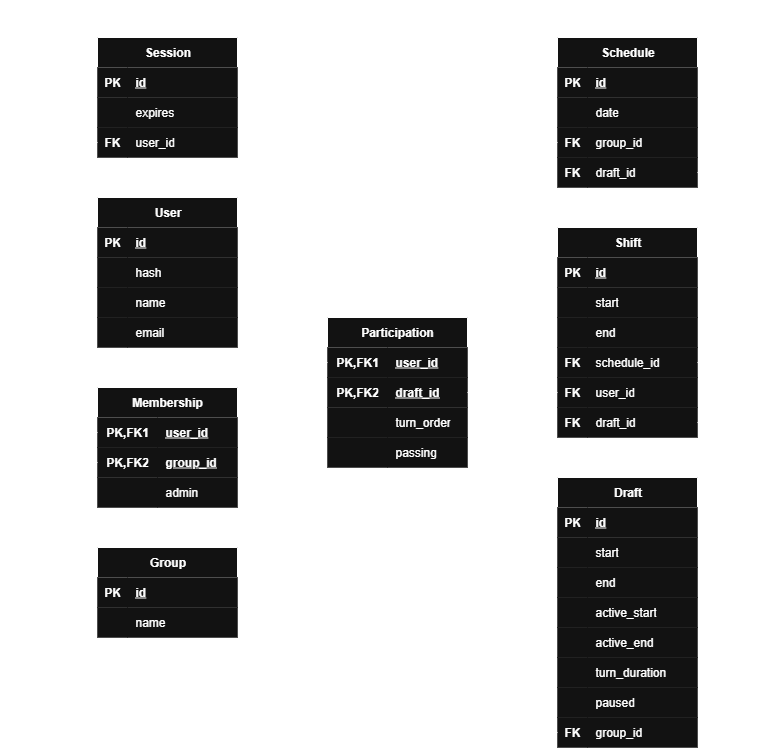
The draw.io diagram documentation/database-schema.png in AaronOwensSE/shiftER, before a commit. Source tidied: cells renumbered, new cells last; positions are measured from the earlier drawing's top-left corner, leaving out a move shared by most shapes.
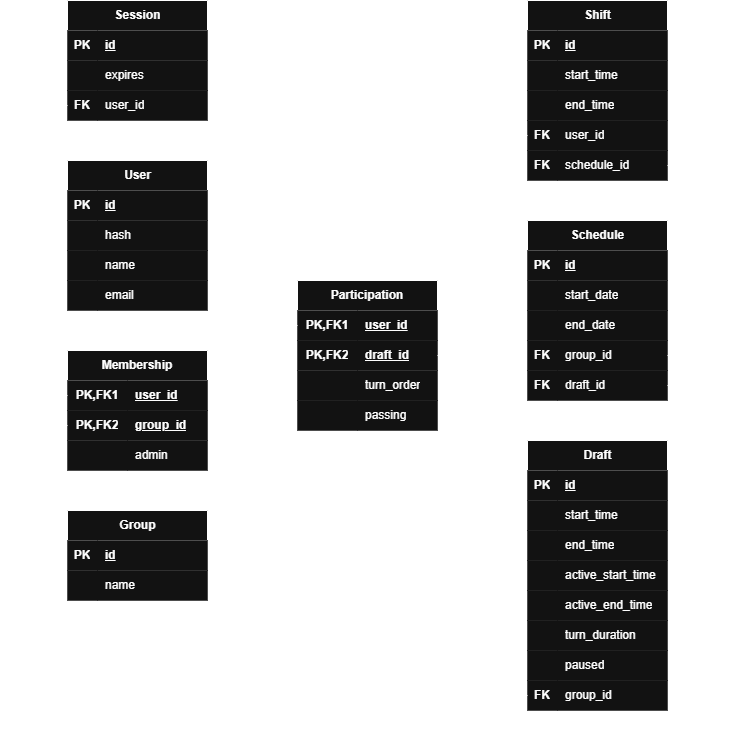
Later version of the same file.

Commit message:
docs: Update database diagrams.

The edit, as a diff of the source:
```diff
@@ -110,7 +110,7 @@
     <mxCell id="37" style="shape=partialRectangle;top=0;left=0;bottom=0;right=0;overflow=hidden;whiteSpace=wrap;html=1;" parent="36" vertex="1">
       <mxGeometry width="30" height="30" as="geometry" />
     </mxCell>
-    <mxCell id="38" value="start" style="shape=partialRectangle;top=0;left=0;bottom=0;right=0;align=left;spacingLeft=6;overflow=hidden;whiteSpace=wrap;html=1;" parent="36" vertex="1">
+    <mxCell id="38" value="start_time" style="shape=partialRectangle;top=0;left=0;bottom=0;right=0;align=left;spacingLeft=6;overflow=hidden;whiteSpace=wrap;html=1;" parent="36" vertex="1">
       <mxGeometry x="30" width="110" height="30" as="geometry" />
     </mxCell>
     <mxCell id="39" style="shape=tableRow;horizontal=0;startSize=0;swimlaneHead=0;swimlaneBody=0;top=0;left=0;right=0;bottom=0;" parent="32" vertex="1">
@@ -119,7 +119,7 @@
     <mxCell id="40" style="shape=partialRectangle;top=0;left=0;bottom=0;right=0;overflow=hidden;whiteSpace=wrap;html=1;" parent="39" vertex="1">
       <mxGeometry width="30" height="30" as="geometry" />
     </mxCell>
-    <mxCell id="41" value="end" style="shape=partialRectangle;top=0;left=0;bottom=0;right=0;align=left;spacingLeft=6;overflow=hidden;whiteSpace=wrap;html=1;" parent="39" vertex="1">
+    <mxCell id="41" value="end_time" style="shape=partialRectangle;top=0;left=0;bottom=0;right=0;align=left;spacingLeft=6;overflow=hidden;whiteSpace=wrap;html=1;" parent="39" vertex="1">
       <mxGeometry x="30" width="110" height="30" as="geometry" />
     </mxCell>
     <mxCell id="42" style="shape=tableRow;horizontal=0;startSize=0;swimlaneHead=0;swimlaneBody=0;top=0;left=0;right=0;bottom=0;" parent="32" vertex="1">
@@ -128,7 +128,7 @@
     <mxCell id="43" style="shape=partialRectangle;top=0;left=0;bottom=0;right=0;overflow=hidden;whiteSpace=wrap;html=1;" parent="42" vertex="1">
       <mxGeometry width="30" height="30" as="geometry" />
     </mxCell>
-    <mxCell id="44" value="active_start" style="shape=partialRectangle;top=0;left=0;bottom=0;right=0;align=left;spacingLeft=6;overflow=hidden;whiteSpace=wrap;html=1;" parent="42" vertex="1">
+    <mxCell id="44" value="active_start_time" style="shape=partialRectangle;top=0;left=0;bottom=0;right=0;align=left;spacingLeft=6;overflow=hidden;whiteSpace=wrap;html=1;" parent="42" vertex="1">
       <mxGeometry x="30" width="110" height="30" as="geometry" />
     </mxCell>
     <mxCell id="45" style="shape=tableRow;horizontal=0;startSize=0;swimlaneHead=0;swimlaneBody=0;top=0;left=0;right=0;bottom=0;" parent="32" vertex="1">
@@ -137,7 +137,7 @@
     <mxCell id="46" style="shape=partialRectangle;top=0;left=0;bottom=0;right=0;overflow=hidden;whiteSpace=wrap;html=1;" parent="45" vertex="1">
       <mxGeometry width="30" height="30" as="geometry" />
     </mxCell>
-    <mxCell id="47" value="active_end" style="shape=partialRectangle;top=0;left=0;bottom=0;right=0;align=left;spacingLeft=6;overflow=hidden;whiteSpace=wrap;html=1;" parent="45" vertex="1">
+    <mxCell id="47" value="active_end_time" style="shape=partialRectangle;top=0;left=0;bottom=0;right=0;align=left;spacingLeft=6;overflow=hidden;whiteSpace=wrap;html=1;" parent="45" vertex="1">
       <mxGeometry x="30" width="110" height="30" as="geometry" />
     </mxCell>
     <mxCell id="48" style="shape=tableRow;horizontal=0;startSize=0;swimlaneHead=0;swimlaneBody=0;top=0;left=0;right=0;bottom=0;" parent="32" vertex="1">
@@ -168,7 +168,7 @@
       <mxGeometry x="30" width="110" height="30" as="geometry" />
     </mxCell>
     <mxCell id="57" value="Schedule" style="shape=table;startSize=30;rowLines=0;fontStyle=1;align=center;html=1;swimlaneFillColor=none;" parent="1" vertex="1">
-      <mxGeometry x="550" y="30" width="140" height="150" as="geometry" />
+      <mxGeometry x="550" y="250" width="140" height="180" as="geometry" />
     </mxCell>
     <mxCell id="58" style="shape=tableRow;horizontal=0;startSize=0;swimlaneHead=0;swimlaneBody=0;points=[[0,0.5],[1,0.5]];portConstraint=eastwest;top=0;left=0;right=0;bottom=1;" parent="57" vertex="1">
       <mxGeometry y="30" width="140" height="30" as="geometry" />
@@ -185,11 +185,20 @@
     <mxCell id="62" style="shape=partialRectangle;top=0;left=0;bottom=0;right=0;overflow=hidden;whiteSpace=wrap;html=1;" parent="61" vertex="1">
       <mxGeometry width="30" height="30" as="geometry" />
     </mxCell>
-    <mxCell id="63" value="date" style="shape=partialRectangle;top=0;left=0;bottom=0;right=0;align=left;spacingLeft=6;overflow=hidden;whiteSpace=wrap;html=1;" parent="61" vertex="1">
+    <mxCell id="63" value="start_date" style="shape=partialRectangle;top=0;left=0;bottom=0;right=0;align=left;spacingLeft=6;overflow=hidden;whiteSpace=wrap;html=1;" parent="61" vertex="1">
       <mxGeometry x="30" width="110" height="30" as="geometry" />
     </mxCell>
+    <mxCell id="123" style="shape=tableRow;horizontal=0;startSize=0;swimlaneHead=0;swimlaneBody=0;top=0;left=0;right=0;bottom=0;" parent="57" vertex="1">
+      <mxGeometry y="90" width="140" height="30" as="geometry" />
+    </mxCell>
+    <mxCell id="124" style="shape=partialRectangle;top=0;left=0;bottom=0;right=0;overflow=hidden;whiteSpace=wrap;html=1;" parent="123" vertex="1">
+      <mxGeometry width="30" height="30" as="geometry" />
+    </mxCell>
+    <mxCell id="125" value="end_date" style="shape=partialRectangle;top=0;left=0;bottom=0;right=0;align=left;spacingLeft=6;overflow=hidden;whiteSpace=wrap;html=1;" parent="123" vertex="1">
+      <mxGeometry x="30" width="110" height="30" as="geometry" />
+    </mxCell>
     <mxCell id="64" style="shape=tableRow;horizontal=0;startSize=0;swimlaneHead=0;swimlaneBody=0;points=[[0,0.5],[1,0.5]];portConstraint=eastwest;top=0;left=0;right=0;bottom=0;" parent="57" vertex="1">
-      <mxGeometry y="90" width="140" height="30" as="geometry" />
+      <mxGeometry y="120" width="140" height="30" as="geometry" />
     </mxCell>
     <mxCell id="65" value="FK" style="shape=partialRectangle;top=0;left=0;bottom=0;right=0;overflow=hidden;whiteSpace=wrap;html=1;fontStyle=1;" parent="64" vertex="1">
       <mxGeometry width="30" height="30" as="geometry" />
@@ -198,7 +207,7 @@
       <mxGeometry x="30" width="110" height="30" as="geometry" />
     </mxCell>
     <mxCell id="67" style="shape=tableRow;horizontal=0;startSize=0;swimlaneHead=0;swimlaneBody=0;points=[[0,0.5],[1,0.5]];portConstraint=eastwest;top=0;left=0;right=0;bottom=0;" parent="57" vertex="1">
-      <mxGeometry y="120" width="140" height="30" as="geometry" />
+      <mxGeometry y="150" width="140" height="30" as="geometry" />
     </mxCell>
     <mxCell id="68" value="&lt;b&gt;FK&lt;/b&gt;" style="shape=partialRectangle;top=0;left=0;bottom=0;right=0;overflow=hidden;whiteSpace=wrap;html=1;" parent="67" vertex="1">
       <mxGeometry width="30" height="30" as="geometry" />
@@ -207,7 +216,7 @@
       <mxGeometry x="30" width="110" height="30" as="geometry" />
     </mxCell>
     <mxCell id="70" value="Shift" style="shape=table;startSize=30;rowLines=0;fontStyle=1;align=center;html=1;" parent="1" vertex="1">
-      <mxGeometry x="550" y="220" width="140" height="210" as="geometry" />
+      <mxGeometry x="550" y="30" width="140" height="180" as="geometry" />
     </mxCell>
     <mxCell id="71" style="shape=tableRow;horizontal=0;startSize=0;swimlaneHead=0;swimlaneBody=0;top=0;left=0;right=0;bottom=1;" parent="70" vertex="1">
       <mxGeometry y="30" width="140" height="30" as="geometry" />
@@ -224,7 +233,7 @@
     <mxCell id="75" style="shape=partialRectangle;top=0;left=0;bottom=0;right=0;overflow=hidden;whiteSpace=wrap;html=1;" parent="74" vertex="1">
       <mxGeometry width="30" height="30" as="geometry" />
     </mxCell>
-    <mxCell id="76" value="start" style="shape=partialRectangle;top=0;left=0;bottom=0;right=0;align=left;spacingLeft=6;overflow=hidden;whiteSpace=wrap;html=1;" parent="74" vertex="1">
+    <mxCell id="76" value="start_time" style="shape=partialRectangle;top=0;left=0;bottom=0;right=0;align=left;spacingLeft=6;overflow=hidden;whiteSpace=wrap;html=1;" parent="74" vertex="1">
       <mxGeometry x="30" width="110" height="30" as="geometry" />
     </mxCell>
     <mxCell id="77" style="shape=tableRow;horizontal=0;startSize=0;swimlaneHead=0;swimlaneBody=0;top=0;left=0;right=0;bottom=0;" parent="70" vertex="1">
@@ -233,7 +242,7 @@
     <mxCell id="78" style="shape=partialRectangle;top=0;left=0;bottom=0;right=0;overflow=hidden;whiteSpace=wrap;html=1;" parent="77" vertex="1">
       <mxGeometry width="30" height="30" as="geometry" />
     </mxCell>
-    <mxCell id="79" value="end" style="shape=partialRectangle;top=0;left=0;bottom=0;right=0;align=left;spacingLeft=6;overflow=hidden;whiteSpace=wrap;html=1;" parent="77" vertex="1">
+    <mxCell id="79" value="end_time" style="shape=partialRectangle;top=0;left=0;bottom=0;right=0;align=left;spacingLeft=6;overflow=hidden;whiteSpace=wrap;html=1;" parent="77" vertex="1">
       <mxGeometry x="30" width="110" height="30" as="geometry" />
     </mxCell>
     <mxCell id="80" style="shape=tableRow;horizontal=0;startSize=0;swimlaneHead=0;swimlaneBody=0;points=[[0,0.5],[1,0.5]];portConstraint=eastwest;top=0;left=0;right=0;bottom=0;" parent="70" vertex="1">
@@ -242,7 +251,7 @@
     <mxCell id="81" value="&lt;b&gt;FK&lt;/b&gt;" style="shape=partialRectangle;top=0;left=0;bottom=0;right=0;overflow=hidden;whiteSpace=wrap;html=1;" parent="80" vertex="1">
       <mxGeometry width="30" height="30" as="geometry" />
     </mxCell>
-    <mxCell id="82" value="schedule_id" style="shape=partialRectangle;top=0;left=0;bottom=0;right=0;align=left;spacingLeft=6;overflow=hidden;whiteSpace=wrap;html=1;" parent="80" vertex="1">
+    <mxCell id="82" value="user_id" style="shape=partialRectangle;top=0;left=0;bottom=0;right=0;align=left;spacingLeft=6;overflow=hidden;whiteSpace=wrap;html=1;" parent="80" vertex="1">
       <mxGeometry x="30" width="110" height="30" as="geometry" />
     </mxCell>
     <mxCell id="83" style="shape=tableRow;horizontal=0;startSize=0;swimlaneHead=0;swimlaneBody=0;points=[[0,0.5],[1,0.5]];portConstraint=eastwest;top=0;left=0;right=0;bottom=0;" parent="70" vertex="1">
@@ -251,18 +260,9 @@
     <mxCell id="84" value="&lt;b&gt;FK&lt;/b&gt;" style="shape=partialRectangle;top=0;left=0;bottom=0;right=0;overflow=hidden;whiteSpace=wrap;html=1;" parent="83" vertex="1">
       <mxGeometry width="30" height="30" as="geometry" />
     </mxCell>
-    <mxCell id="85" value="user_id" style="shape=partialRectangle;top=0;left=0;bottom=0;right=0;align=left;spacingLeft=6;overflow=hidden;whiteSpace=wrap;html=1;" parent="83" vertex="1">
+    <mxCell id="85" value="schedule_id" style="shape=partialRectangle;top=0;left=0;bottom=0;right=0;align=left;spacingLeft=6;overflow=hidden;whiteSpace=wrap;html=1;" parent="83" vertex="1">
       <mxGeometry x="30" width="110" height="30" as="geometry" />
     </mxCell>
-    <mxCell id="86" style="shape=tableRow;horizontal=0;startSize=0;swimlaneHead=0;swimlaneBody=0;points=[[0,0.5],[1,0.5]];portConstraint=eastwest;top=0;left=0;right=0;bottom=0;" parent="70" vertex="1">
-      <mxGeometry y="180" width="140" height="30" as="geometry" />
-    </mxCell>
-    <mxCell id="87" value="&lt;b&gt;FK&lt;/b&gt;" style="shape=partialRectangle;top=0;left=0;bottom=0;right=0;overflow=hidden;whiteSpace=wrap;html=1;" parent="86" vertex="1">
-      <mxGeometry width="30" height="30" as="geometry" />
-    </mxCell>
-    <mxCell id="88" value="draft_id" style="shape=partialRectangle;top=0;left=0;bottom=0;right=0;align=left;spacingLeft=6;overflow=hidden;whiteSpace=wrap;html=1;" parent="86" vertex="1">
-      <mxGeometry x="30" width="110" height="30" as="geometry" />
-    </mxCell>
     <mxCell id="89" value="Membership" style="shape=table;startSize=30;rowLines=0;fontStyle=1;align=center;html=1;whiteSpace=wrap;" parent="1" vertex="1">
       <mxGeometry x="90" y="380" width="140" height="120" as="geometry" />
     </mxCell>
@@ -368,63 +368,54 @@
     <mxCell id="116" style="endArrow=classic;html=1;rounded=0;exitX=1;exitY=0.5;exitDx=0;exitDy=0;entryX=0;entryY=0.5;entryDx=0;entryDy=0;" parent="1" edge="1" source="103" target="33">
       <mxGeometry relative="1" as="geometry">
         <Array as="points">
-          <mxPoint x="490" y="385" />
-          <mxPoint x="490" y="515" />
-          <mxPoint x="510" y="515" />
+          <mxPoint x="520" y="385" />
+          <mxPoint x="520" y="515" />
         </Array>
       </mxGeometry>
     </mxCell>
-    <mxCell id="117" style="endArrow=classic;html=1;rounded=0;exitX=1;exitY=0.5;exitDx=0;exitDy=0;entryX=1;entryY=0.5;entryDx=0;entryDy=0;" parent="1" edge="1" source="86" target="33">
-      <mxGeometry relative="1" as="geometry">
-        <Array as="points">
-          <mxPoint x="720" y="415" />
-          <mxPoint x="720" y="515" />
-        </Array>
-      </mxGeometry>
-    </mxCell>
-    <mxCell id="118" style="endArrow=classic;html=1;rounded=0;exitX=0;exitY=0.5;exitDx=0;exitDy=0;flowAnimation=0;shadow=0;jumpStyle=arc;" parent="1" edge="1" source="83">
+    <mxCell id="118" style="endArrow=classic;html=1;rounded=0;exitX=0;exitY=0.5;exitDx=0;exitDy=0;flowAnimation=0;shadow=0;jumpStyle=arc;" parent="1" edge="1" source="80">
       <mxGeometry relative="1" as="geometry">
         <mxPoint x="270" y="235" as="targetPoint" />
         <Array as="points">
-          <mxPoint x="520" y="385" />
+          <mxPoint x="520" y="165" />
           <mxPoint x="520" y="235" />
           <mxPoint x="270" y="235" />
         </Array>
       </mxGeometry>
     </mxCell>
-    <mxCell id="119" style="endArrow=classic;html=1;rounded=0;exitX=1;exitY=0.5;exitDx=0;exitDy=0;entryX=1;entryY=0.5;entryDx=0;entryDy=0;" parent="1" edge="1" source="80" target="58">
+    <mxCell id="119" style="endArrow=classic;html=1;rounded=0;exitX=1;exitY=0.5;exitDx=0;exitDy=0;entryX=1;entryY=0.5;entryDx=0;entryDy=0;" parent="1" edge="1" source="83" target="58">
       <mxGeometry relative="1" as="geometry">
         <Array as="points">
-          <mxPoint x="720" y="355" />
-          <mxPoint x="720" y="75" />
+          <mxPoint x="720" y="195" />
+          <mxPoint x="720" y="295" />
         </Array>
       </mxGeometry>
     </mxCell>
-    <mxCell id="120" style="endArrow=classic;html=1;rounded=0;exitX=1;exitY=0.5;exitDx=0;exitDy=0;jumpStyle=arc;" parent="1" edge="1" source="67">
+    <mxCell id="120" style="endArrow=classic;html=1;rounded=0;exitX=1;exitY=0.5;exitDx=0;exitDy=0;jumpStyle=arc;entryX=1;entryY=0.5;entryDx=0;entryDy=0;" parent="1" edge="1" source="67" target="33">
       <mxGeometry relative="1" as="geometry">
-        <mxPoint x="730" y="515" as="targetPoint" />
         <Array as="points">
-          <mxPoint x="750" y="165" />
-          <mxPoint x="750" y="515" />
+          <mxPoint x="720" y="415" />
+          <mxPoint x="720" y="515" />
         </Array>
       </mxGeometry>
     </mxCell>
-    <mxCell id="121" style="endArrow=classic;html=1;rounded=0;exitX=0;exitY=0.5;exitDx=0;exitDy=0;" parent="1" edge="1" source="64">
+    <mxCell id="121" style="endArrow=classic;html=1;rounded=0;exitX=1;exitY=0.5;exitDx=0;exitDy=0;entryX=1;entryY=0.5;entryDx=0;entryDy=0;" parent="1" edge="1" source="64" target="26">
       <mxGeometry relative="1" as="geometry">
-        <mxPoint x="50" y="585" as="targetPoint" />
         <Array as="points">
-          <mxPoint x="520" y="135" />
-          <mxPoint x="520" />
-          <mxPoint />
-          <mxPoint y="585" />
+          <mxPoint x="750" y="385" />
+          <mxPoint x="750" y="770" />
+          <mxPoint x="260" y="770" />
+          <mxPoint x="260" y="585" />
         </Array>
       </mxGeometry>
     </mxCell>
-    <mxCell id="122" style="endArrow=classic;html=1;rounded=0;exitX=0;exitY=0.5;exitDx=0;exitDy=0;entryX=1;entryY=0.5;entryDx=0;entryDy=0;" parent="1" edge="1" source="54" target="26">
+    <mxCell id="122" style="endArrow=classic;html=1;rounded=0;exitX=0;exitY=0.5;exitDx=0;exitDy=0;" parent="1" edge="1" source="54">
       <mxGeometry relative="1" as="geometry">
+        <mxPoint x="270" y="585" as="targetPoint" />
         <Array as="points">
-          <mxPoint x="260" y="725" />
-          <mxPoint x="260" y="585" />
+          <mxPoint x="520" y="725" />
+          <mxPoint x="520" y="585" />
+          <mxPoint x="270" y="585" />
         </Array>
       </mxGeometry>
     </mxCell>
```
